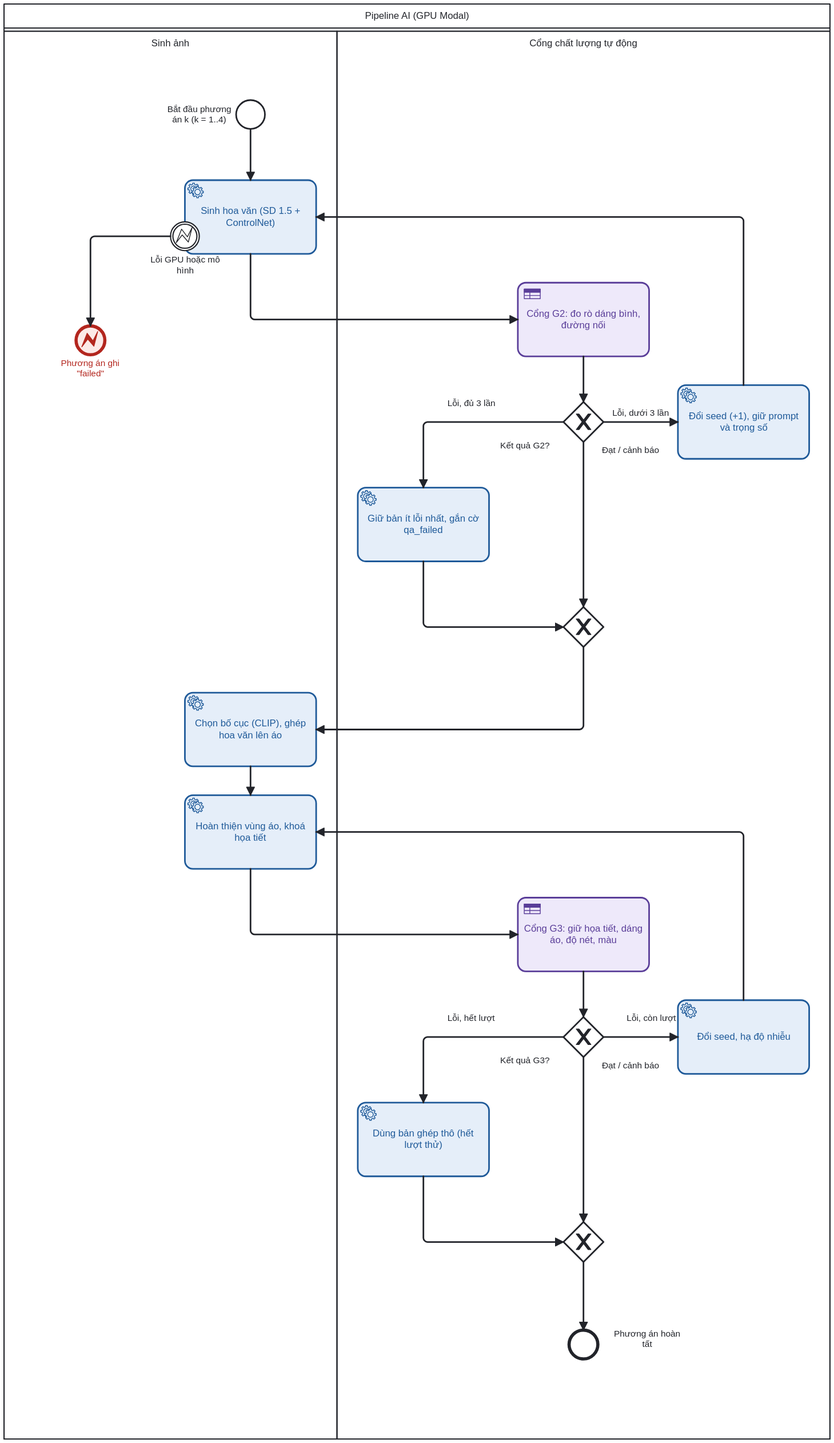
Before: docs/business-analysis/diagrams/BP-01a_tao-mot-phuong-an.svg, a diagram exported from BPMN (quoczai22/tai-sinh-di-san-so-ai). Its source is kept beside it as docs/business-analysis/diagrams/BP-01a_tao-mot-phuong-an.bpmn. Ids are renumbered.
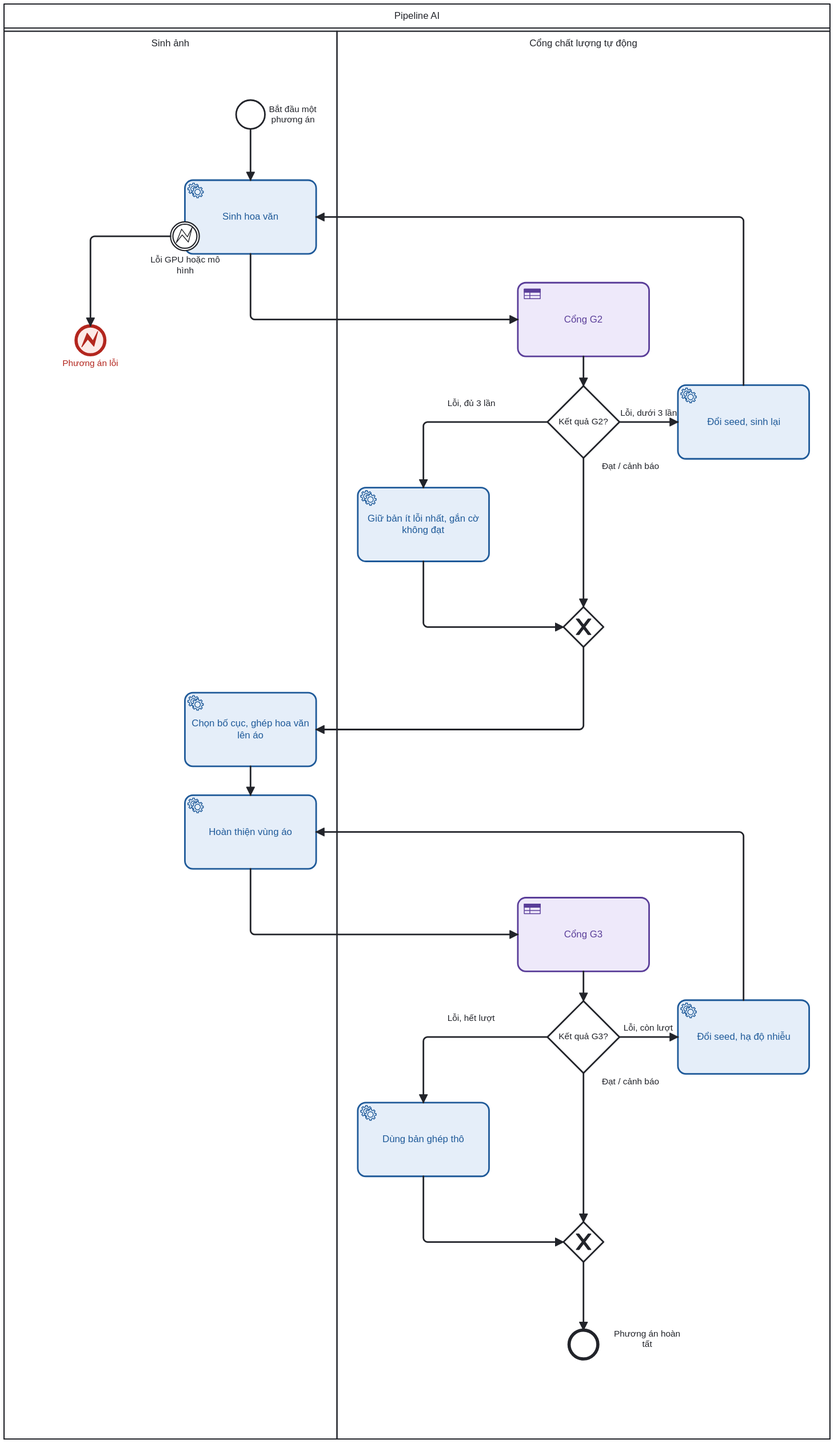
Above is the later version.

Diff of the diagram source:
```diff
@@ -1,9 +1,9 @@
 <bpmn:definitions xmlns:bpmn="http://www.omg.org/spec/BPMN/20100524/MODEL" xmlns:bpmndi="http://www.omg.org/spec/BPMN/20100524/DI" xmlns:dc="http://www.omg.org/spec/DD/20100524/DC" xmlns:di="http://www.omg.org/spec/DD/20100524/DI" xmlns:xsi="http://www.w3.org/2001/XMLSchema-instance" xmlns:color="http://www.omg.org/spec/BPMN/non-normative/color/1.0" id="Defs_BP01a" targetNamespace="https://tai-sinh-di-san-so/bpmn/BP01a" exporter="tsds-ba-kit" exporterVersion="2.0">
   <bpmn:error id="Error_1" name="VARIANT_FAILED" errorCode="VARIANT_FAILED" />
   <bpmn:collaboration id="Collab_BP01a">
-    <bpmn:participant id="P" name="Pipeline AI (GPU Modal)" processRef="Proc_P" />
+    <bpmn:participant id="P" name="Pipeline AI" processRef="Proc_P" />
   </bpmn:collaboration>
-  <bpmn:process id="Proc_P" name="Pipeline AI (GPU Modal)" isExecutable="false">
+  <bpmn:process id="Proc_P" name="Pipeline AI" isExecutable="false">
     <bpmn:laneSet id="LaneSet_P">
       <bpmn:lane id="L_AI" name="Sinh ảnh">
         <bpmn:flowNodeRef>S</bpmn:flowNodeRef>
@@ -27,10 +27,10 @@
         <bpmn:flowNodeRef>E</bpmn:flowNodeRef>
       </bpmn:lane>
     </bpmn:laneSet>
-    <bpmn:startEvent id="S" name="Bắt đầu phương án k (k = 1..4)">
+    <bpmn:startEvent id="S" name="Bắt đầu một phương án">
       <bpmn:outgoing>Flow_S_T1</bpmn:outgoing>
     </bpmn:startEvent>
-    <bpmn:serviceTask id="T1" name="Sinh hoa văn (SD 1.5 + ControlNet)">
+    <bpmn:serviceTask id="T1" name="Sinh hoa văn">
       <bpmn:incoming>Flow_S_T1</bpmn:incoming>
       <bpmn:incoming>Flow_T3_T1</bpmn:incoming>
       <bpmn:outgoing>Flow_T1_T2</bpmn:outgoing>
@@ -39,11 +39,11 @@
       <bpmn:outgoing>Flow_BE_E_ERR</bpmn:outgoing>
       <bpmn:errorEventDefinition id="EED_BE" errorRef="Error_1" />
     </bpmn:boundaryEvent>
-    <bpmn:endEvent id="E_ERR" name="Phương án ghi &#34;failed&#34;">
+    <bpmn:endEvent id="E_ERR" name="Phương án lỗi">
       <bpmn:incoming>Flow_BE_E_ERR</bpmn:incoming>
       <bpmn:errorEventDefinition id="EED_E_ERR" errorRef="Error_1" />
     </bpmn:endEvent>
-    <bpmn:businessRuleTask id="T2" name="Cổng G2: đo rò dáng bình, đường nối">
+    <bpmn:businessRuleTask id="T2" name="Cổng G2">
       <bpmn:incoming>Flow_T1_T2</bpmn:incoming>
       <bpmn:outgoing>Flow_T2_G1</bpmn:outgoing>
     </bpmn:businessRuleTask>
@@ -53,11 +53,11 @@
       <bpmn:outgoing>Flow_G1_T3</bpmn:outgoing>
       <bpmn:outgoing>Flow_G1_T4</bpmn:outgoing>
     </bpmn:exclusiveGateway>
-    <bpmn:serviceTask id="T3" name="Đổi seed (+1), giữ prompt và trọng số">
+    <bpmn:serviceTask id="T3" name="Đổi seed, sinh lại">
       <bpmn:incoming>Flow_G1_T3</bpmn:incoming>
       <bpmn:outgoing>Flow_T3_T1</bpmn:outgoing>
     </bpmn:serviceTask>
-    <bpmn:serviceTask id="T4" name="Giữ bản ít lỗi nhất, gắn cờ qa_failed">
+    <bpmn:serviceTask id="T4" name="Giữ bản ít lỗi nhất, gắn cờ không đạt">
       <bpmn:incoming>Flow_G1_T4</bpmn:incoming>
       <bpmn:outgoing>Flow_T4_M1</bpmn:outgoing>
     </bpmn:serviceTask>
@@ -66,16 +66,16 @@
       <bpmn:incoming>Flow_T4_M1</bpmn:incoming>
       <bpmn:outgoing>Flow_M1_T5</bpmn:outgoing>
     </bpmn:exclusiveGateway>
-    <bpmn:serviceTask id="T5" name="Chọn bố cục (CLIP), ghép hoa văn lên áo">
+    <bpmn:serviceTask id="T5" name="Chọn bố cục, ghép hoa văn lên áo">
       <bpmn:incoming>Flow_M1_T5</bpmn:incoming>
       <bpmn:outgoing>Flow_T5_T6</bpmn:outgoing>
     </bpmn:serviceTask>
-    <bpmn:serviceTask id="T6" name="Hoàn thiện vùng áo, khoá họa tiết">
+    <bpmn:serviceTask id="T6" name="Hoàn thiện vùng áo">
       <bpmn:incoming>Flow_T5_T6</bpmn:incoming>
       <bpmn:incoming>Flow_T8_T6</bpmn:incoming>
       <bpmn:outgoing>Flow_T6_T7</bpmn:outgoing>
     </bpmn:serviceTask>
-    <bpmn:businessRuleTask id="T7" name="Cổng G3: giữ họa tiết, dáng áo, độ nét, màu">
+    <bpmn:businessRuleTask id="T7" name="Cổng G3">
       <bpmn:incoming>Flow_T6_T7</bpmn:incoming>
       <bpmn:outgoing>Flow_T7_G2</bpmn:outgoing>
     </bpmn:businessRuleTask>
@@ -89,7 +89,7 @@
       <bpmn:incoming>Flow_G2_T8</bpmn:incoming>
       <bpmn:outgoing>Flow_T8_T6</bpmn:outgoing>
     </bpmn:serviceTask>
-    <bpmn:serviceTask id="T9" name="Dùng bản ghép thô (hết lượt thử)">
+    <bpmn:serviceTask id="T9" name="Dùng bản ghép thô">
       <bpmn:incoming>Flow_G2_T9</bpmn:incoming>
       <bpmn:outgoing>Flow_T9_M2</bpmn:outgoing>
     </bpmn:serviceTask>
@@ -147,7 +147,7 @@
       <bpmndi:BPMNShape id="S_di" bpmnElement="S">
         <dc:Bounds x="310" y="140" width="36" height="36" />
         <bpmndi:BPMNLabel>
-          <dc:Bounds x="224" y="145" width="81" height="27" />
+          <dc:Bounds x="351" y="145" width="61" height="27" />
         </bpmndi:BPMNLabel>
       </bpmndi:BPMNShape>
       <bpmndi:BPMNShape id="T1_di" bpmnElement="T1" color:background-color="#E4EEF9" color:border-color="#1F5A99">
@@ -162,10 +162,10 @@
       <bpmndi:BPMNShape id="T2_di" bpmnElement="T2" color:background-color="#EEE8FA" color:border-color="#5A3E99">
         <dc:Bounds x="662" y="368" width="164" height="92" />
       </bpmndi:BPMNShape>
-      <bpmndi:BPMNShape id="G1_di" bpmnElement="G1" isMarkerVisible="true">
-        <dc:Bounds x="719" y="517" width="50" height="50" />
+      <bpmndi:BPMNShape id="G1_di" bpmnElement="G1" isMarkerVisible="false">
+        <dc:Bounds x="699" y="497" width="90" height="90" />
         <bpmndi:BPMNLabel>
-          <dc:Bounds x="615" y="565" width="112" height="40" />
+          <dc:Bounds x="714" y="535" width="60" height="14" />
         </bpmndi:BPMNLabel>
       </bpmndi:BPMNShape>
       <bpmndi:BPMNShape id="T3_di" bpmnElement="T3" color:background-color="#E4EEF9" color:border-color="#1F5A99">
@@ -186,10 +186,10 @@
       <bpmndi:BPMNShape id="T7_di" bpmnElement="T7" color:background-color="#EEE8FA" color:border-color="#5A3E99">
         <dc:Bounds x="662" y="1136" width="164" height="92" />
       </bpmndi:BPMNShape>
-      <bpmndi:BPMNShape id="G2_di" bpmnElement="G2" isMarkerVisible="true">
-        <dc:Bounds x="719" y="1285" width="50" height="50" />
+      <bpmndi:BPMNShape id="G2_di" bpmnElement="G2" isMarkerVisible="false">
+        <dc:Bounds x="699" y="1265" width="90" height="90" />
         <bpmndi:BPMNLabel>
-          <dc:Bounds x="615" y="1333" width="112" height="40" />
+          <dc:Bounds x="714" y="1303" width="60" height="14" />
         </bpmndi:BPMNLabel>
       </bpmndi:BPMNShape>
       <bpmndi:BPMNShape id="T8_di" bpmnElement="T8" color:background-color="#E4EEF9" color:border-color="#1F5A99">
@@ -229,20 +229,20 @@
       </bpmndi:BPMNEdge>
       <bpmndi:BPMNEdge id="Flow_T2_G1_di" bpmnElement="Flow_T2_G1">
         <di:waypoint x="744" y="460" />
-        <di:waypoint x="744" y="517" />
+        <di:waypoint x="744" y="497" />
       </bpmndi:BPMNEdge>
       <bpmndi:BPMNEdge id="Flow_G1_M1_di" bpmnElement="Flow_G1_M1">
-        <di:waypoint x="744" y="567" />
+        <di:waypoint x="744" y="587" />
         <di:waypoint x="744" y="773" />
         <bpmndi:BPMNLabel>
-          <dc:Bounds x="750" y="571" width="104" height="28" />
+          <dc:Bounds x="750" y="591" width="104" height="28" />
         </bpmndi:BPMNLabel>
       </bpmndi:BPMNEdge>
       <bpmndi:BPMNEdge id="Flow_G1_T3_di" bpmnElement="Flow_G1_T3">
-        <di:waypoint x="769" y="542" />
+        <di:waypoint x="789" y="542" />
         <di:waypoint x="862" y="542" />
         <bpmndi:BPMNLabel>
-          <dc:Bounds x="780" y="524" width="71" height="14" />
+          <dc:Bounds x="790" y="524" width="71" height="14" />
         </bpmndi:BPMNLabel>
       </bpmndi:BPMNEdge>
       <bpmndi:BPMNEdge id="Flow_T3_T1_di" bpmnElement="Flow_T3_T1">
@@ -251,7 +251,7 @@
         <di:waypoint x="410" y="286" />
       </bpmndi:BPMNEdge>
       <bpmndi:BPMNEdge id="Flow_G1_T4_di" bpmnElement="Flow_G1_T4">
-        <di:waypoint x="719" y="542" />
+        <di:waypoint x="699" y="542" />
         <di:waypoint x="544" y="542" />
         <di:waypoint x="544" y="624" />
         <bpmndi:BPMNLabel>
@@ -279,20 +279,20 @@
       </bpmndi:BPMNEdge>
       <bpmndi:BPMNEdge id="Flow_T7_G2_di" bpmnElement="Flow_T7_G2">
         <di:waypoint x="744" y="1228" />
-        <di:waypoint x="744" y="1285" />
+        <di:waypoint x="744" y="1265" />
       </bpmndi:BPMNEdge>
       <bpmndi:BPMNEdge id="Flow_G2_M2_di" bpmnElement="Flow_G2_M2">
-        <di:waypoint x="744" y="1335" />
+        <di:waypoint x="744" y="1355" />
         <di:waypoint x="744" y="1541" />
         <bpmndi:BPMNLabel>
-          <dc:Bounds x="750" y="1339" width="104" height="28" />
+          <dc:Bounds x="750" y="1359" width="104" height="28" />
         </bpmndi:BPMNLabel>
       </bpmndi:BPMNEdge>
       <bpmndi:BPMNEdge id="Flow_G2_T8_di" bpmnElement="Flow_G2_T8">
-        <di:waypoint x="769" y="1310" />
+        <di:waypoint x="789" y="1310" />
         <di:waypoint x="862" y="1310" />
         <bpmndi:BPMNLabel>
-          <dc:Bounds x="777" y="1280" width="104" height="28" />
+          <dc:Bounds x="794" y="1292" width="63" height="14" />
         </bpmndi:BPMNLabel>
       </bpmndi:BPMNEdge>
       <bpmndi:BPMNEdge id="Flow_T8_T6_di" bpmnElement="Flow_T8_T6">
@@ -301,7 +301,7 @@
         <di:waypoint x="410" y="1054" />
       </bpmndi:BPMNEdge>
       <bpmndi:BPMNEdge id="Flow_G2_T9_di" bpmnElement="Flow_G2_T9">
-        <di:waypoint x="719" y="1310" />
+        <di:waypoint x="699" y="1310" />
         <di:waypoint x="544" y="1310" />
         <di:waypoint x="544" y="1392" />
         <bpmndi:BPMNLabel>
```
